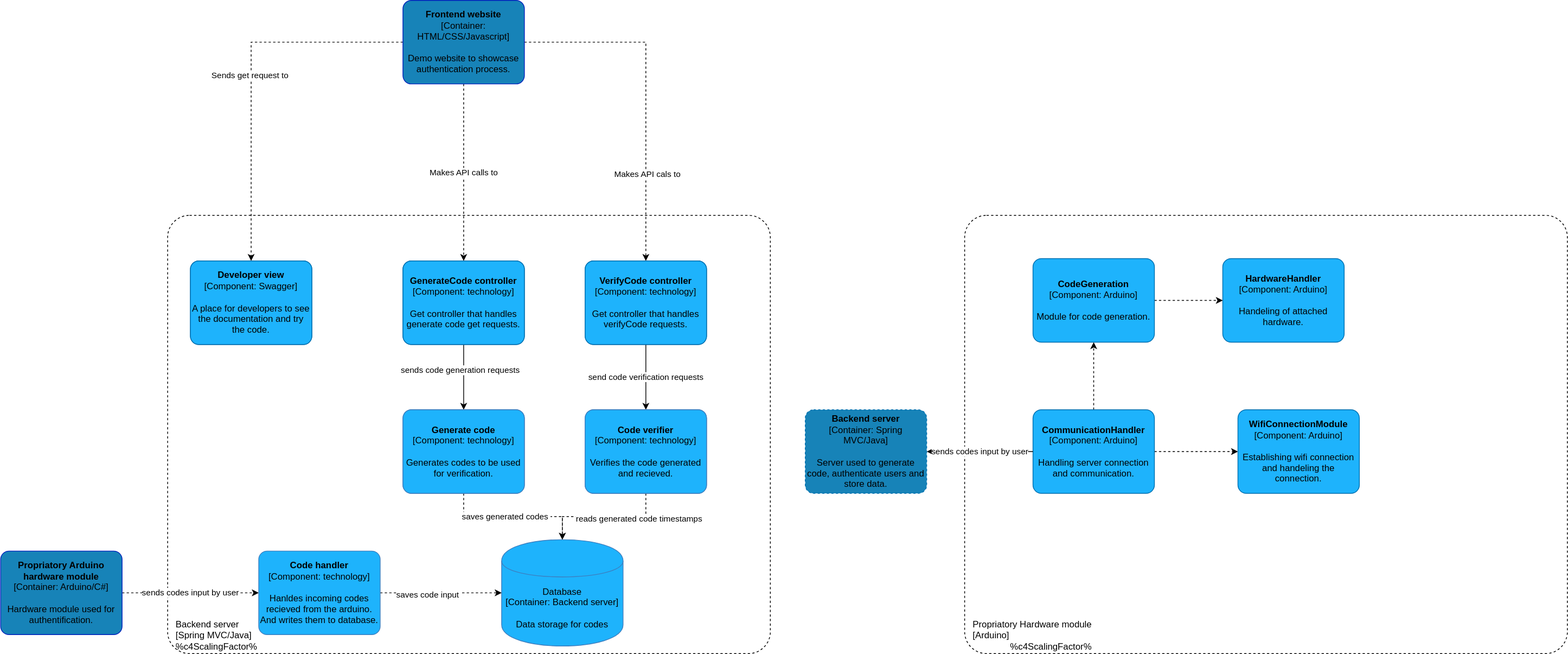
Earlier version of the draw.io export c4-diagrams/C3 - Component diagram.svg (2nd-factor/docs). Source tidied: cells renumbered, new cells last; positions are measured from the earlier drawing's top-left corner, leaving out a move shared by most shapes.
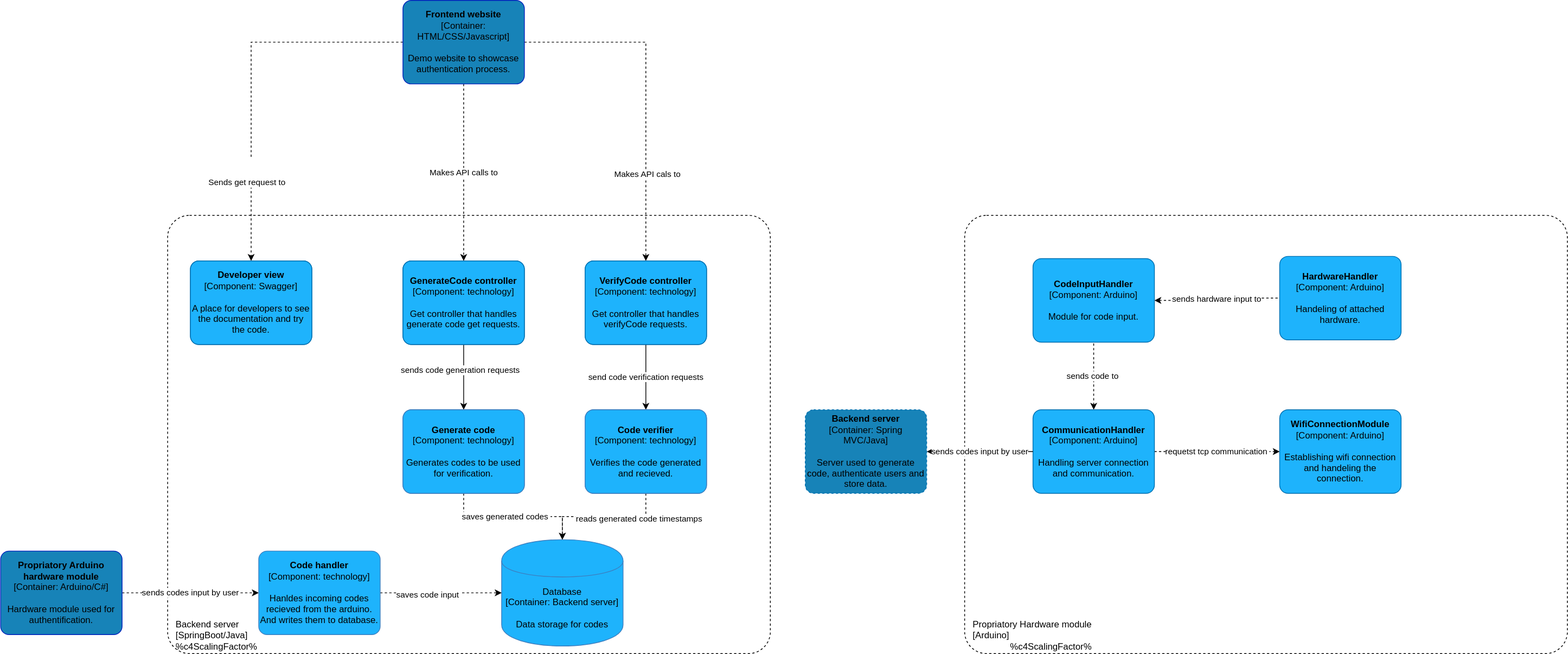
The same diagram one commit later.

Commit message:
changed arrow names

Change to the diagram source:
```diff
@@ -2,7 +2,7 @@
   <root>
     <mxCell id="0" />
     <mxCell id="1" parent="0" />
-    <object id="2" label="&lt;div style=&quot;text-align: left&quot;&gt;%c4Name%&lt;/div&gt;&lt;div style=&quot;text-align: left&quot;&gt;[%c4OperationSystem%]&lt;/div&gt;&lt;div style=&quot;text-align: right&quot;&gt;%c4ScalingFactor%&lt;/div&gt;" c4Name="Backend server" c4OperationSystem="Spring MVC/Java" c4Type="DeploymentNode" placeholders="1">
+    <object id="2" label="&lt;div style=&quot;text-align: left&quot;&gt;%c4Name%&lt;/div&gt;&lt;div style=&quot;text-align: left&quot;&gt;[%c4OperationSystem%]&lt;/div&gt;&lt;div style=&quot;text-align: right&quot;&gt;%c4ScalingFactor%&lt;/div&gt;" c4Name="Backend server" c4OperationSystem="SpringBoot/Java" c4Type="DeploymentNode" placeholders="1">
       <mxCell style="rounded=1;whiteSpace=wrap;html=1;labelBackgroundColor=none;fillColor=#ffffff;fontColor=#000000;align=left;arcSize=5;strokeColor=#000000;verticalAlign=bottom;metaData={&quot;c4Type&quot;:{&quot;editable&quot;:false}};dashed=1;spacingLeft=9;" parent="1" vertex="1">
         <mxGeometry x="220" y="283" width="794" height="577" as="geometry" />
       </mxCell>
@@ -40,9 +40,12 @@
     <mxCell id="11" value="Makes API cals to" style="edgeLabel;html=1;align=center;verticalAlign=middle;" parent="10" vertex="1">
       <mxGeometry x="0.49" y="1" relative="1" as="geometry" />
     </mxCell>
-    <mxCell id="12" value="Sends get request to&amp;nbsp;" style="edgeStyle=orthogonalEdgeStyle;rounded=0;jettySize=auto;html=1;dashed=1;startArrow=none;startFill=0;endArrow=classic;endFill=1;" parent="1" edge="1" source="13" target="3">
+    <mxCell id="12" style="edgeStyle=orthogonalEdgeStyle;rounded=0;jettySize=auto;html=1;dashed=1;startArrow=none;startFill=0;endArrow=classic;endFill=1;" parent="1" edge="1" source="13" target="3">
       <mxGeometry relative="1" as="geometry" />
     </mxCell>
+    <mxCell id="41" value="&lt;br&gt;&lt;br&gt;&lt;span style=&quot;font-family: &amp;#34;helvetica&amp;#34;&quot;&gt;Sends get request to&amp;nbsp;&lt;/span&gt;" style="edgeLabel;html=1;align=center;verticalAlign=middle;" parent="12" vertex="1">
+      <mxGeometry x="0.52" y="-5" relative="1" as="geometry" />
+    </mxCell>
     <object id="13" label="&lt;b&gt;%c4Name%&lt;/b&gt;&lt;div&gt;[%c4Type%: %c4Technology%]&lt;/div&gt;&lt;br&gt;&lt;div&gt;%c4Description%&lt;/div&gt;" c4Description="Demo website to showcase authentication process. " c4Name="Frontend website" c4Technology="HTML/CSS/Javascript" c4Type="Container" placeholders="1">
       <mxCell style="rounded=1;whiteSpace=wrap;html=1;labelBackgroundColor=none;align=center;arcSize=10;strokeColor=#001DBC;metaData={&quot;c4Type&quot;:{&quot;editable&quot;:false}};points=[[0.25,0,0],[0.5,0,0],[0.75,0,0],[1,0.25,0],[1,0.5,0],[1,0.75,0],[0.75,1,0],[0.5,1,0],[0.25,1,0],[0,0.75,0],[0,0.5,0],[0,0.25,0]];fillColor=#1783B8;" parent="1" vertex="1">
         <mxGeometry x="530" width="160" height="110" as="geometry" />
@@ -124,10 +127,10 @@
         <mxGeometry x="1270" y="283" width="794" height="577" as="geometry" />
       </mxCell>
     </object>
-    <mxCell id="32" style="edgeStyle=orthogonalEdgeStyle;rounded=0;jettySize=auto;html=1;startArrow=none;startFill=0;dashed=1;" parent="1" edge="1" source="34" target="36">
+    <mxCell id="32" value="requetst tcp communication&amp;nbsp;" style="edgeStyle=orthogonalEdgeStyle;rounded=0;jettySize=auto;html=1;startArrow=none;startFill=0;dashed=1;" parent="1" edge="1" source="34" target="36">
       <mxGeometry relative="1" as="geometry" />
     </mxCell>
-    <mxCell id="33" style="edgeStyle=orthogonalEdgeStyle;rounded=0;jettySize=auto;html=1;startArrow=none;startFill=0;dashed=1;" parent="1" edge="1" source="34" target="40">
+    <mxCell id="33" value="sends code to&amp;nbsp;" style="edgeStyle=orthogonalEdgeStyle;rounded=0;jettySize=auto;html=1;startArrow=classic;startFill=1;dashed=1;endArrow=none;endFill=0;" parent="1" edge="1" source="34" target="40">
       <mxGeometry relative="1" as="geometry" />
     </mxCell>
     <object id="34" label="&lt;b&gt;%c4Name%&lt;/b&gt;&lt;div&gt;[%c4Type%: %c4Technology%]&lt;/div&gt;&lt;br&gt;&lt;div&gt;%c4Description%&lt;/div&gt;" c4Description="Handling server connection and communication." c4Name="CommunicationHandler" c4Technology="Arduino" c4Type="Component" placeholders="1">
@@ -137,12 +140,12 @@
     </object>
     <object id="35" label="&lt;b&gt;%c4Name%&lt;/b&gt;&lt;div&gt;[%c4Type%: %c4Technology%]&lt;/div&gt;&lt;br&gt;&lt;div&gt;%c4Description%&lt;/div&gt;" c4Description="Handeling of attached hardware. " c4Name="HardwareHandler" c4Technology="Arduino" c4Type="Component" placeholders="1">
       <mxCell style="rounded=1;whiteSpace=wrap;html=1;labelBackgroundColor=none;align=center;arcSize=10;strokeColor=#006EAF;metaData={&quot;c4Type&quot;:{&quot;editable&quot;:false}};points=[[0.25,0,0],[0.5,0,0],[0.75,0,0],[1,0.25,0],[1,0.5,0],[1,0.75,0],[0.75,1,0],[0.5,1,0],[0.25,1,0],[0,0.75,0],[0,0.5,0],[0,0.25,0]];fillColor=#1EB3FC;" parent="1" vertex="1">
-        <mxGeometry x="1610" y="340" width="160" height="110" as="geometry" />
+        <mxGeometry x="1685" y="337" width="160" height="110" as="geometry" />
       </mxCell>
     </object>
     <object id="36" label="&lt;b&gt;%c4Name%&lt;/b&gt;&lt;div&gt;[%c4Type%: %c4Technology%]&lt;/div&gt;&lt;br&gt;&lt;div&gt;%c4Description%&lt;/div&gt;" c4Description="Establishing wifi connection and handeling the connection." c4Name="WifiConnectionModule" c4Technology="Arduino" c4Type="Component" placeholders="1">
       <mxCell style="rounded=1;whiteSpace=wrap;html=1;labelBackgroundColor=none;align=center;arcSize=10;strokeColor=#006EAF;metaData={&quot;c4Type&quot;:{&quot;editable&quot;:false}};points=[[0.25,0,0],[0.5,0,0],[0.75,0,0],[1,0.25,0],[1,0.5,0],[1,0.75,0],[0.75,1,0],[0.5,1,0],[0.25,1,0],[0,0.75,0],[0,0.5,0],[0,0.25,0]];fillColor=#1EB3FC;" parent="1" vertex="1">
-        <mxGeometry x="1630" y="539" width="160" height="110" as="geometry" />
+        <mxGeometry x="1685" y="539" width="160" height="110" as="geometry" />
       </mxCell>
     </object>
     <mxCell id="37" value="sends codes input by user" style="edgeStyle=orthogonalEdgeStyle;rounded=0;jettySize=auto;html=1;startArrow=classic;startFill=1;endArrow=none;endFill=0;" parent="1" edge="1" source="38" target="34">
@@ -153,10 +156,10 @@
         <mxGeometry x="1060" y="539" width="160" height="110" as="geometry" />
       </mxCell>
     </object>
-    <mxCell id="39" style="edgeStyle=orthogonalEdgeStyle;rounded=0;jettySize=auto;html=1;startArrow=none;startFill=0;dashed=1;" parent="1" edge="1" source="40" target="35">
+    <mxCell id="39" value="sends hardware input to" style="edgeStyle=orthogonalEdgeStyle;rounded=0;jettySize=auto;html=1;startArrow=classic;startFill=1;dashed=1;endArrow=none;endFill=0;" parent="1" edge="1" source="40" target="35">
       <mxGeometry relative="1" as="geometry" />
     </mxCell>
-    <object id="40" label="&lt;b&gt;%c4Name%&lt;/b&gt;&lt;div&gt;[%c4Type%: %c4Technology%]&lt;/div&gt;&lt;br&gt;&lt;div&gt;%c4Description%&lt;/div&gt;" c4Description="Module for code generation." c4Name="CodeGeneration" c4Technology="Arduino" c4Type="Component" placeholders="1">
+    <object id="40" label="&lt;b&gt;%c4Name%&lt;/b&gt;&lt;div&gt;[%c4Type%: %c4Technology%]&lt;/div&gt;&lt;br&gt;&lt;div&gt;%c4Description%&lt;/div&gt;" c4Description="Module for code input." c4Name="CodeInputHandler" c4Technology="Arduino" c4Type="Component" placeholders="1">
       <mxCell style="rounded=1;whiteSpace=wrap;html=1;labelBackgroundColor=none;align=center;arcSize=10;strokeColor=#006EAF;metaData={&quot;c4Type&quot;:{&quot;editable&quot;:false}};points=[[0.25,0,0],[0.5,0,0],[0.75,0,0],[1,0.25,0],[1,0.5,0],[1,0.75,0],[0.75,1,0],[0.5,1,0],[0.25,1,0],[0,0.75,0],[0,0.5,0],[0,0.25,0]];fillColor=#1EB3FC;" parent="1" vertex="1">
         <mxGeometry x="1360" y="340" width="160" height="110" as="geometry" />
       </mxCell>
```
